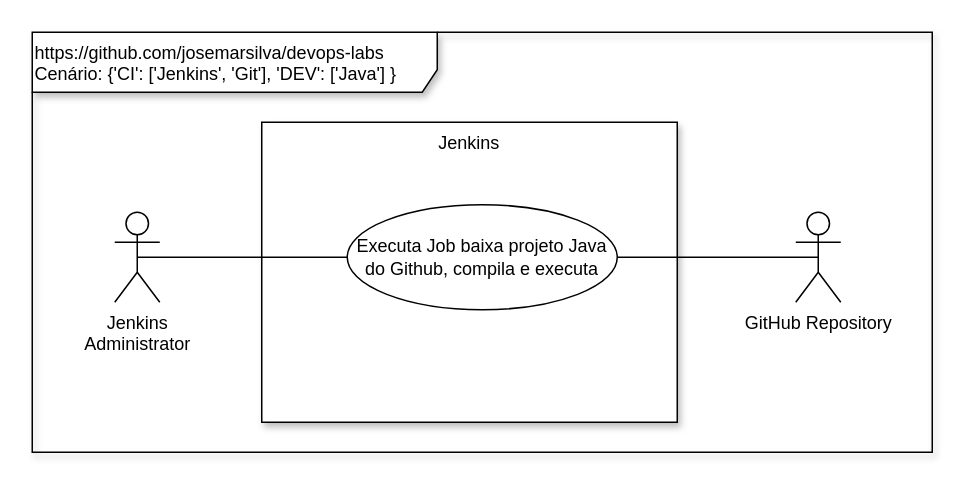
Earlier version of the draw.io diagram doc/UseCaseDiagram-Cenario_CI-Jenkins-Git_DEV-Java.drawio (josemarsilva/devops-labs). Source tidied: cells renumbered, new cells numbered last; positions are measured from the earlier drawing's top-left corner, leaving out a move shared by most shapes. Both pictures are drawn from the tidied source at 150%, with x=0, y=0 at pixel (32, 32).
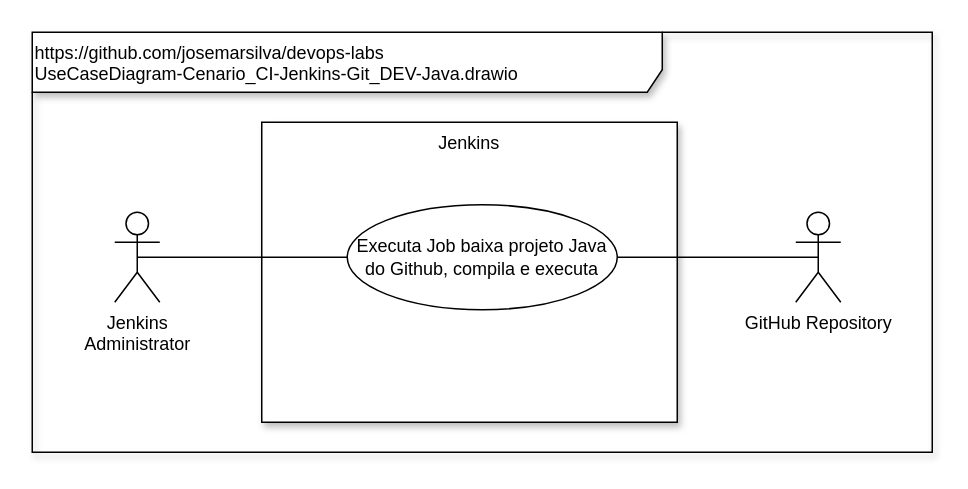
After the change.

Change to the diagram source:
```diff
@@
 <mxGraphModel background="#ffffff">
   <root>
     <mxCell id="0" />
     <mxCell id="1" parent="0" />
-    <mxCell id="2" value="https://github.com/josemarsilva/devops-labs&lt;br&gt;Cenário: {'CI': ['Jenkins', 'Git'], 'DEV': ['Java'] }&lt;br&gt;" style="shape=umlFrame;whiteSpace=wrap;html=1;width=270;height=40;shadow=1;align=left;verticalAlign=top;" parent="1" vertex="1">
+    <mxCell id="2" value="https://github.com/josemarsilva/devops-labs&lt;br&gt;UseCaseDiagram-Cenario_CI-Jenkins-Git_DEV-Java.drawio&lt;br&gt;&lt;br&gt;" style="shape=umlFrame;whiteSpace=wrap;html=1;width=420;height=40;shadow=1;align=left;verticalAlign=top;" parent="1" vertex="1">
       <mxGeometry width="600" height="280" as="geometry" />
     </mxCell>
     <mxCell id="3" value="Jenkins&lt;br&gt;" style="whiteSpace=wrap;html=1;shadow=1;verticalAlign=top;" parent="1" vertex="1">
       <mxGeometry x="153" y="60" width="277" height="200" as="geometry" />
     </mxCell>
     <mxCell id="4" value="GitHub Repository" style="shape=umlActor;verticalLabelPosition=bottom;labelBackgroundColor=#ffffff;verticalAlign=top;html=1;" parent="1" vertex="1">
       <mxGeometry x="509" y="120" width="30" height="60" as="geometry" />
     </mxCell>
     <mxCell id="5" value="Jenkins &lt;br&gt;Administrator" style="shape=umlActor;verticalLabelPosition=bottom;labelBackgroundColor=#ffffff;verticalAlign=top;html=1;" parent="1" vertex="1">
       <mxGeometry x="55" y="120" width="30" height="60" as="geometry" />
     </mxCell>
     <mxCell id="6" value="Executa Job baixa projeto Java do Github, compila e executa&lt;br&gt;" style="ellipse;whiteSpace=wrap;html=1;" parent="1" vertex="1">
       <mxGeometry x="210" y="115" width="180" height="70" as="geometry" />
     </mxCell>
     <mxCell id="7" style="endArrow=none;startArrow=none;endFill=0;startFill=0;html=1;exitX=1;exitY=0.5;entryX=0.5;entryY=0.5;entryPerimeter=0;entryDx=0;entryDy=0;" parent="1" edge="1" source="6" target="4">
       <mxGeometry relative="1" as="geometry" />
     </mxCell>
     <mxCell id="8" style="endArrow=none;startArrow=none;endFill=0;startFill=0;html=1;entryX=0;entryY=0.5;exitX=0.5;exitY=0.5;exitPerimeter=0;entryDx=0;entryDy=0;" parent="1" edge="1" source="5" target="6">
       <mxGeometry relative="1" as="geometry" />
     </mxCell>
   </root>
 </mxGraphModel>
```
